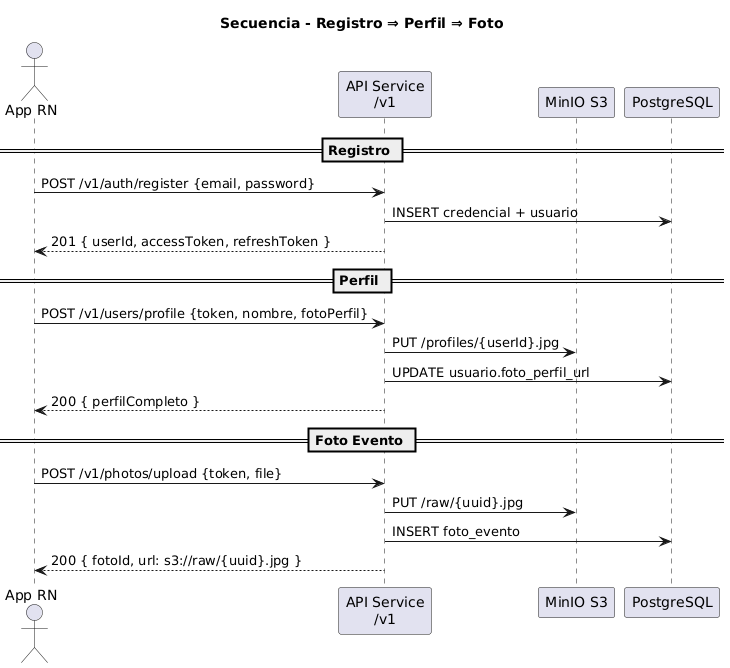
Before: img/secuence_flow.png, a diagram exported from PlantUML (JazzDataSolutions/snapqr). Source of this version:
```plantuml
@startuml
title "Secuencia - Registro ⇒ Perfil ⇒ Foto"

actor App as "App RN"
participant API as "API Service\n/v1"
participant MinIO as "MinIO S3"
participant DB as "PostgreSQL"

== Registro ==
App -> API : POST /v1/auth/register {email, password}
API -> DB  : INSERT credencial + usuario
API --> App: 201 { userId, accessToken, refreshToken }

== Perfil ==
App -> API : POST /v1/users/profile {token, nombre, fotoPerfil}
API -> MinIO : PUT /profiles/{userId}.jpg
API -> DB   : UPDATE usuario.foto_perfil_url
API --> App: 200 { perfilCompleto }

== Foto Evento ==
App -> API : POST /v1/photos/upload {token, file}
API -> MinIO : PUT /raw/{uuid}.jpg
API -> DB   : INSERT foto_evento
API --> App: 200 { fotoId, url: s3://raw/{uuid}.jpg }
@enduml
```
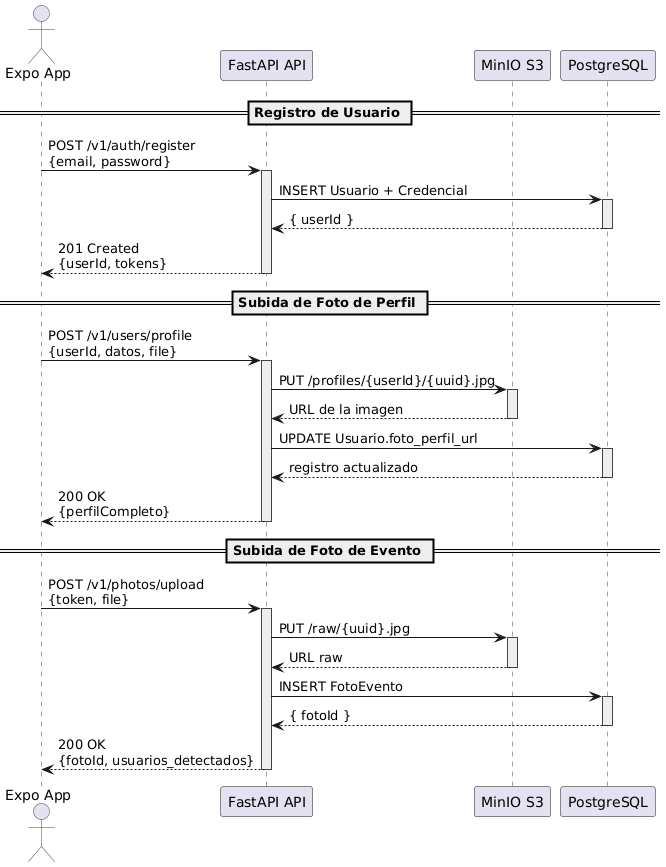
The same file after the commit.

Commit message:
avance de hoy

The edit, as a diff of the source:
```diff
@@ -1,25 +1,52 @@
 @startuml
-title "Secuencia - Registro ⇒ Perfil ⇒ Foto"
+skinparam sequence {
+  LifeLineBorderColor #444444
+  LifeLineBackgroundColor #EEEEEE
+  ActorBorderColor #444444
+  ActorFontName Arial
+  MessageFontName Arial
+}
 
-actor App as "App RN"
-participant API as "API Service\n/v1"
-participant MinIO as "MinIO S3"
-participant DB as "PostgreSQL"
+actor "Expo App"          as App
+participant "FastAPI API" as API
+participant "MinIO S3"    as MINIO
+participant "PostgreSQL"  as DB
 
-== Registro ==
-App -> API : POST /v1/auth/register {email, password}
-API -> DB  : INSERT credencial + usuario
-API --> App: 201 { userId, accessToken, refreshToken }
+== Registro de Usuario ==
+App -> API : POST /v1/auth/register\n{email, password}
+activate API
+API -> DB : INSERT Usuario + Credencial
+activate DB
+DB --> API : { userId }
+deactivate DB
+API --> App : 201 Created\n{userId, tokens}
+deactivate API
 
-== Perfil ==
-App -> API : POST /v1/users/profile {token, nombre, fotoPerfil}
-API -> MinIO : PUT /profiles/{userId}.jpg
-API -> DB   : UPDATE usuario.foto_perfil_url
-API --> App: 200 { perfilCompleto }
+== Subida de Foto de Perfil ==
+App -> API : POST /v1/users/profile\n{userId, datos, file}
+activate API
+API -> MINIO : PUT /profiles/{userId}/{uuid}.jpg
+activate MINIO
+MINIO --> API : URL de la imagen
+deactivate MINIO
+API -> DB : UPDATE Usuario.foto_perfil_url
+activate DB
+DB --> API : registro actualizado
+deactivate DB
+API --> App : 200 OK\n{perfilCompleto}
+deactivate API
 
-== Foto Evento ==
-App -> API : POST /v1/photos/upload {token, file}
-API -> MinIO : PUT /raw/{uuid}.jpg
-API -> DB   : INSERT foto_evento
-API --> App: 200 { fotoId, url: s3://raw/{uuid}.jpg }
+== Subida de Foto de Evento ==
+App -> API : POST /v1/photos/upload\n{token, file}
+activate API
+API -> MINIO : PUT /raw/{uuid}.jpg
+activate MINIO
+MINIO --> API : URL raw
+deactivate MINIO
+API -> DB : INSERT FotoEvento
+activate DB
+DB --> API : { fotoId }
+deactivate DB
+API --> App : 200 OK\n{fotoId, usuarios_detectados}
+deactivate API
 @enduml
```
